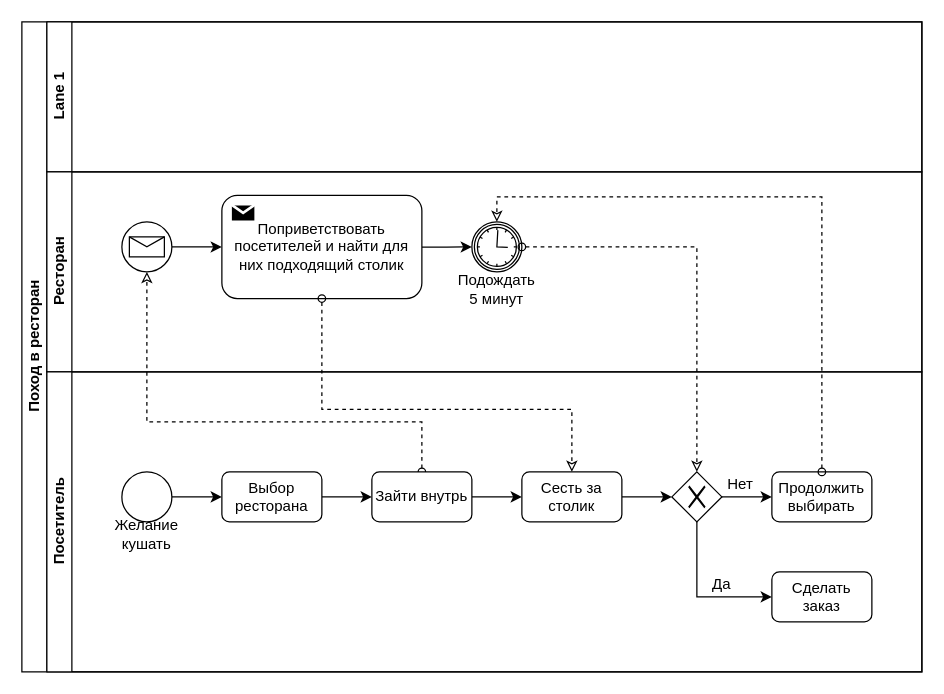
Earlier version of the draw.io diagram Untitled Diagram.drawio (monsegard/portfolio). Source tidied: cells renumbered, new cells numbered last; positions are measured from the earlier drawing's top-left corner, leaving out a move shared by most shapes. Both pictures are drawn from the tidied source at 125%, with x=0, y=0 at pixel (21, 21).
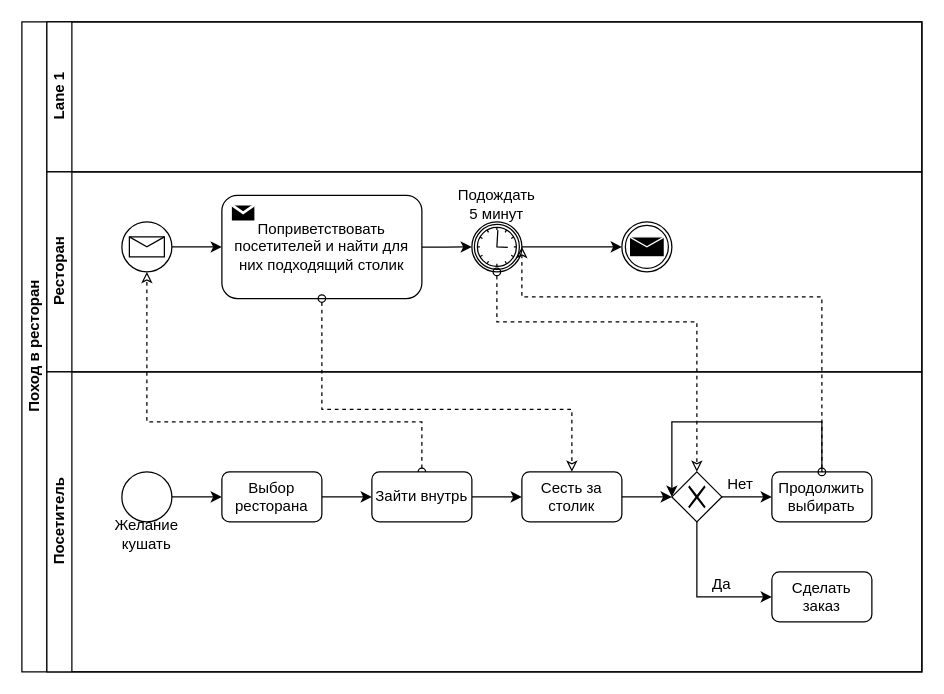
The same diagram, later.

The change refers to these unchanged cells:
```xml
<mxCell id="2" value="Поход в ресторан" style="swimlane;html=1;horizontal=0;startSize=20;" parent="1" vertex="1">
  <mxGeometry width="720" height="520" as="geometry" />
</mxCell>
<mxCell id="4" value="Ресторан" style="swimlane;html=1;startSize=20;horizontal=0;" parent="2" vertex="1">
  <mxGeometry x="20" y="120" width="700" height="160" as="geometry" />
</mxCell>
<mxCell id="10" style="shape=mxgraph.bpmn.shape;html=1;verticalLabelPosition=bottom;labelBackgroundColor=#ffffff;verticalAlign=top;align=center;perimeter=ellipsePerimeter;outlineConnect=0;outline=catching;symbol=timer;" parent="4" vertex="1">
  <mxGeometry x="340" y="40" width="40" height="40" as="geometry" />
</mxCell>
<mxCell id="15" value="Посетитель" style="swimlane;html=1;startSize=20;horizontal=0;" parent="2" vertex="1">
  <mxGeometry x="20" y="280" width="700" height="240" as="geometry" />
</mxCell>
<mxCell id="27" style="shape=mxgraph.bpmn.shape;html=1;verticalLabelPosition=bottom;labelBackgroundColor=#ffffff;verticalAlign=top;align=center;perimeter=rhombusPerimeter;background=gateway;outlineConnect=0;outline=none;symbol=exclusiveGw;" parent="15" vertex="1">
  <mxGeometry x="500" y="80" width="40" height="40" as="geometry" />
</mxCell>
<mxCell id="29" value="Продолжить выбирать" style="rounded=1;whiteSpace=wrap;html=1;" parent="15" vertex="1">
  <mxGeometry x="580" y="80" width="80" height="40" as="geometry" />
</mxCell>
```

What changed in the source:
```diff
@@
+    <mxCell id="33" style="edgeStyle=orthogonalEdgeStyle;rounded=0;jettySize=auto;html=1;entryX=0;entryY=0.5;entryDx=0;entryDy=0;startArrow=none;startFill=0;endArrow=classic;endFill=1;" parent="4" edge="1" source="10" target="34">
+      <mxGeometry relative="1" as="geometry" />
+    </mxCell>
@@
     <mxCell id="11" value="Подождать 5 минут" style="text;html=1;strokeColor=none;fillColor=none;align=center;verticalAlign=middle;whiteSpace=wrap;rounded=0;" parent="4" vertex="1">
-      <mxGeometry x="325" y="80" width="70" height="28.8" as="geometry" />
+      <mxGeometry x="325" y="11.2" width="70" height="28.8" as="geometry" />
     </mxCell>
+    <mxCell id="34" style="shape=mxgraph.bpmn.shape;html=1;verticalLabelPosition=bottom;labelBackgroundColor=#ffffff;verticalAlign=top;align=center;perimeter=ellipsePerimeter;outlineConnect=0;outline=throwing;symbol=message;" parent="4" vertex="1">
+      <mxGeometry x="460" y="40" width="40" height="40" as="geometry" />
+    </mxCell>
@@
-    <mxCell id="14" style="edgeStyle=orthogonalEdgeStyle;rounded=0;jettySize=auto;html=1;entryX=0.5;entryY=0;entryDx=0;entryDy=0;startArrow=oval;startFill=0;endArrow=classic;endFill=0;dashed=1;" parent="2" edge="1" source="10" target="27">
-      <mxGeometry relative="1" as="geometry" />
+    <mxCell id="14" style="edgeStyle=orthogonalEdgeStyle;rounded=0;jettySize=auto;html=1;entryX=0.5;entryY=0;entryDx=0;entryDy=0;startArrow=oval;startFill=0;endArrow=classic;endFill=0;dashed=1;exitX=0.5;exitY=1;exitDx=0;exitDy=0;" parent="2" edge="1" source="10" target="27">
+      <mxGeometry relative="1" as="geometry">
+        <Array as="points">
+          <mxPoint x="380" y="240" />
+          <mxPoint x="540" y="240" />
+        </Array>
+      </mxGeometry>
     </mxCell>
@@
+    <mxCell id="35" style="edgeStyle=orthogonalEdgeStyle;rounded=0;jettySize=auto;html=1;startArrow=none;startFill=0;endArrow=classic;endFill=1;entryX=0;entryY=0.5;entryDx=0;entryDy=0;" parent="15" edge="1" source="29" target="27">
+      <mxGeometry relative="1" as="geometry">
+        <Array as="points">
+          <mxPoint x="620" y="40" />
+          <mxPoint x="500" y="40" />
+        </Array>
+      </mxGeometry>
+    </mxCell>
-    <mxCell id="32" style="edgeStyle=orthogonalEdgeStyle;rounded=0;jettySize=auto;html=1;startArrow=oval;startFill=0;endArrow=classic;endFill=0;entryX=0.5;entryY=0;entryDx=0;entryDy=0;dashed=1;" parent="2" edge="1" source="29" target="10">
+    <mxCell id="32" style="edgeStyle=orthogonalEdgeStyle;rounded=0;jettySize=auto;html=1;startArrow=oval;startFill=0;endArrow=classic;endFill=0;dashed=1;" parent="2" edge="1" source="29" target="10">
       <mxGeometry relative="1" as="geometry">
         <Array as="points">
-          <mxPoint x="640" y="140" />
-          <mxPoint x="380" y="140" />
+          <mxPoint x="640" y="220" />
+          <mxPoint x="400" y="220" />
         </Array>
       </mxGeometry>
     </mxCell>
```
